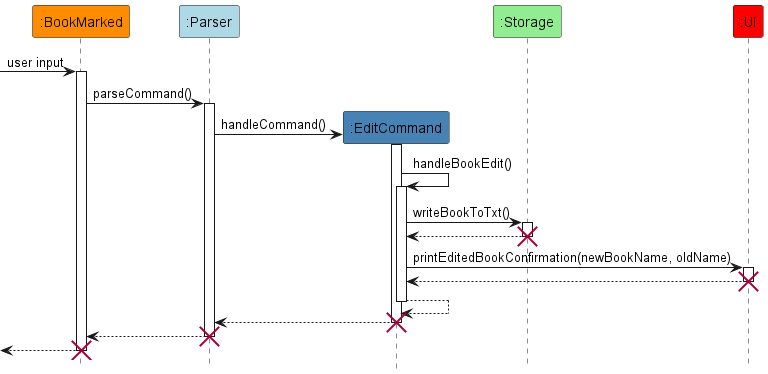
Before: docs/images/EditCommandDiagram.png, a diagram exported from PlantUML (kirangeofran/tp). The source it was exported from:
```plantuml
@startuml
!include style.puml
hide footbox

participant ":BookMarked" as BookMarked BOOKMARKED_COLOR
participant ":Parser" as Parser PARSER_COLOR
participant ":EditCommand" as EditCommand EDIT_COLOR
participant ":Storage" as Storage STORAGE_COLOR
participant ":UI" as UI UI_COLOR

[-> BookMarked : user input
activate BookMarked

BookMarked -> Parser : parseCommand()
activate Parser

create EditCommand
Parser -> EditCommand : handleCommand()
activate EditCommand

EditCommand -> EditCommand : handleBookEdit()
activate EditCommand

EditCommand -> Storage : writeBookToTxt()
activate Storage
EditCommand <-- Storage
deactivate Storage
destroy Storage

EditCommand -> UI : printEditedBookConfirmation(newBookName, oldName)
activate UI
EditCommand <-- UI
deactivate UI
destroy UI

EditCommand --> EditCommand
deactivate EditCommand

EditCommand --> Parser
deactivate EditCommand
destroy EditCommand

Parser --> BookMarked
deactivate Parser
destroy Parser

[<-- BookMarked
deactivate BookMarked
destroy BookMarked

@enduml
```
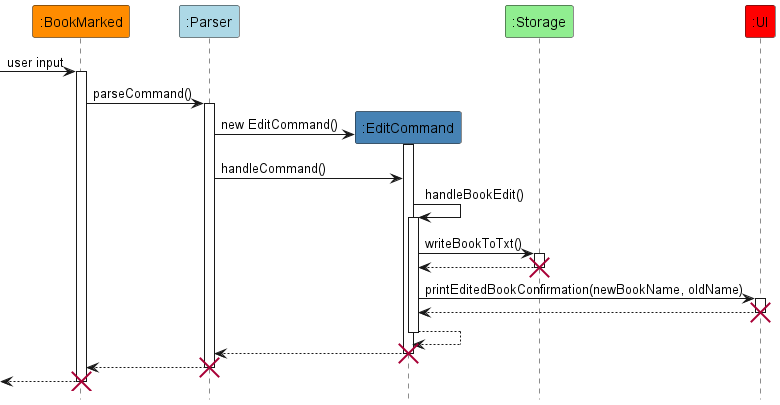
Later version of the same file.

Commit message:
Fix diagram for edit command

Diff of the diagram source:
```diff
@@ -15,8 +15,9 @@
 activate Parser
 
 create EditCommand
+Parser -> EditCommand : new EditCommand()
+activate EditCommand
 Parser -> EditCommand : handleCommand()
-activate EditCommand
 
 EditCommand -> EditCommand : handleBookEdit()
 activate EditCommand
```
